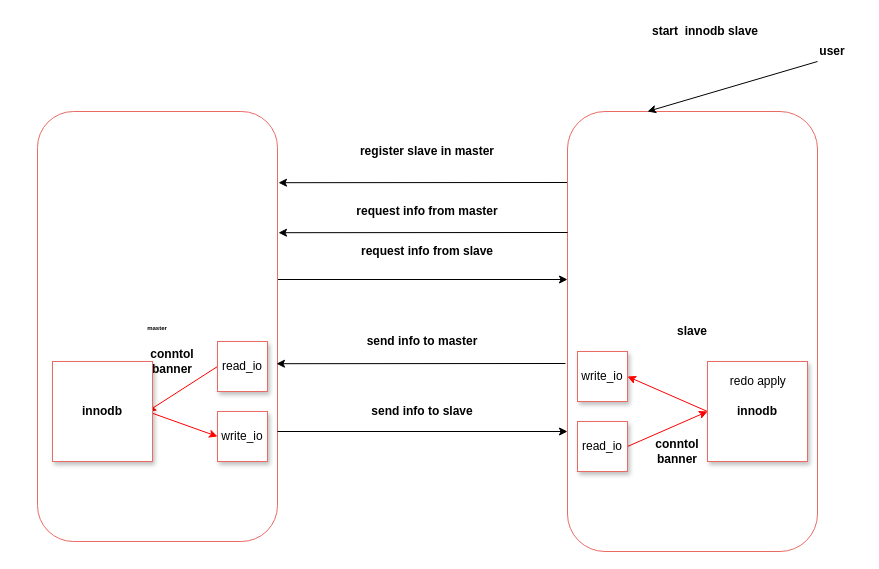
Earlier version of the draw.io diagram master_slave_communication.drawio (xingyingone/onekv). Source tidied: cells renumbered, new cells numbered last; positions are measured from the earlier drawing's top-left corner, leaving out a move shared by most shapes. Both pictures are drawn from the tidied source at 100%, with x=0, y=0 at pixel (37, 21).
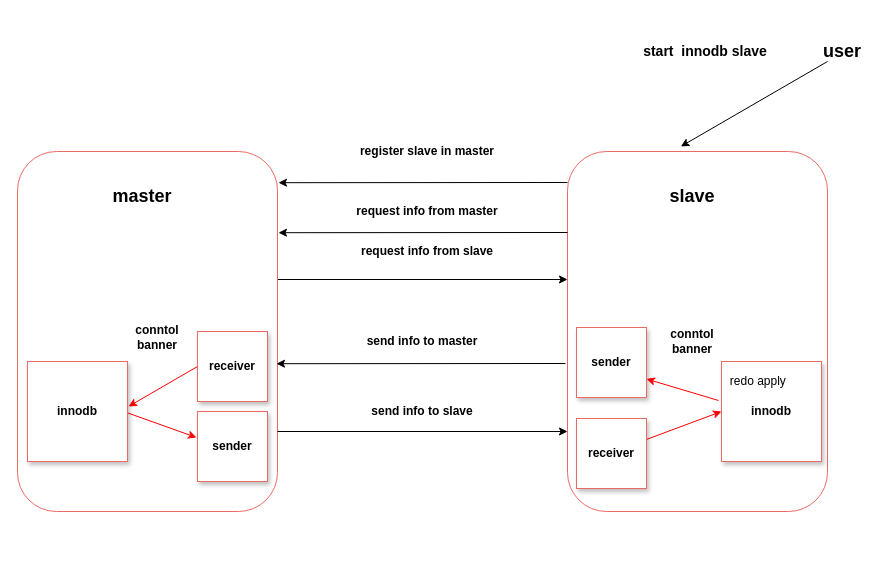
After the change.

Change to the diagram source:
```diff
@@
-    <mxCell id="3" value="&lt;b&gt;&lt;font style=&quot;font-size: 6px&quot;&gt;master&lt;/font&gt;&lt;/b&gt;" style="rounded=1;whiteSpace=wrap;html=1;strokeColor=#EA6B66;" parent="1" vertex="1">
-      <mxGeometry y="90" width="240" height="430" as="geometry" />
+    <mxCell id="3" style="rounded=1;whiteSpace=wrap;html=1;strokeColor=#EA6B66;" parent="1" vertex="1">
+      <mxGeometry x="-20" y="130" width="260" height="360" as="geometry" />
     </mxCell>
@@
-    <mxCell id="5" value="&lt;b&gt;slave&lt;/b&gt;" style="rounded=1;whiteSpace=wrap;html=1;strokeColor=#EA6B66;" parent="1" vertex="1">
-      <mxGeometry x="530" y="90" width="250" height="440" as="geometry" />
+    <mxCell id="5" style="rounded=1;whiteSpace=wrap;html=1;strokeColor=#EA6B66;" parent="1" vertex="1">
+      <mxGeometry x="530" y="130" width="260" height="360" as="geometry" />
     </mxCell>
-    <mxCell id="6" style="edgeStyle=none;rounded=0;jettySize=auto;html=1;exitX=0;exitY=1;exitDx=0;exitDy=0;" parent="1" edge="1" source="7">
-      <mxGeometry relative="1" as="geometry">
-        <mxPoint x="610" y="90" as="targetPoint" />
-      </mxGeometry>
+    <mxCell id="6" style="edgeStyle=none;rounded=0;jettySize=auto;html=1;exitX=0;exitY=1;exitDx=0;exitDy=0;entryX=0.436;entryY=-0.014;entryDx=0;entryDy=0;entryPerimeter=0;" parent="1" edge="1" source="7" target="5">
+      <mxGeometry relative="1" as="geometry" />
     </mxCell>
-    <mxCell id="7" value="&lt;b&gt;user&lt;/b&gt;" style="text;html=1;strokeColor=none;fillColor=none;align=center;verticalAlign=middle;whiteSpace=wrap;rounded=0;" parent="1" vertex="1">
-      <mxGeometry x="780" y="20" width="30" height="20" as="geometry" />
+    <mxCell id="7" value="&lt;b&gt;&lt;font style=&quot;font-size: 18px&quot;&gt;user&lt;/font&gt;&lt;/b&gt;" style="text;html=1;strokeColor=none;fillColor=none;align=center;verticalAlign=middle;whiteSpace=wrap;rounded=0;" parent="1" vertex="1">
+      <mxGeometry x="790" y="20" width="30" height="20" as="geometry" />
     </mxCell>
-    <mxCell id="8" value="&lt;b&gt;start&amp;nbsp; innodb slave&lt;/b&gt;" style="text;html=1;strokeColor=none;fillColor=none;align=center;verticalAlign=middle;whiteSpace=wrap;rounded=0;shadow=1;" parent="1" vertex="1">
-      <mxGeometry x="600" width="136" height="20" as="geometry" />
+    <mxCell id="8" value="&lt;b&gt;&lt;font style=&quot;font-size: 14px&quot;&gt;start&amp;nbsp; innodb slave&lt;/font&gt;&lt;/b&gt;" style="text;html=1;strokeColor=none;fillColor=none;align=center;verticalAlign=middle;whiteSpace=wrap;rounded=0;shadow=1;" parent="1" vertex="1">
+      <mxGeometry x="600" y="20" width="136" height="20" as="geometry" />
     </mxCell>
@@
     <mxCell id="13" style="edgeStyle=none;rounded=0;jettySize=auto;html=1;exitX=0;exitY=0.5;exitDx=0;exitDy=0;entryX=1;entryY=0.5;entryDx=0;entryDy=0;strokeColor=#FF0000;" parent="1" edge="1" source="14">
       <mxGeometry relative="1" as="geometry">
-        <mxPoint x="110" y="390" as="targetPoint" />
+        <mxPoint x="91" y="385" as="targetPoint" />
       </mxGeometry>
     </mxCell>
-    <mxCell id="14" value="read_io" style="whiteSpace=wrap;html=1;shadow=1;strokeColor=#EA6B66;" parent="1" vertex="1">
-      <mxGeometry x="180" y="320" width="50" height="50" as="geometry" />
+    <mxCell id="14" value="&lt;b&gt;receiver&lt;/b&gt;" style="whiteSpace=wrap;html=1;shadow=1;strokeColor=#EA6B66;" parent="1" vertex="1">
+      <mxGeometry x="160" y="310" width="70" height="70" as="geometry" />
     </mxCell>
-    <mxCell id="15" value="write_io" style="whiteSpace=wrap;html=1;shadow=1;strokeColor=#EA6B66;" parent="1" vertex="1">
-      <mxGeometry x="180" y="390" width="50" height="50" as="geometry" />
-    </mxCell>
-    <mxCell id="16" style="edgeStyle=none;rounded=0;jettySize=auto;html=1;exitX=1;exitY=0.5;exitDx=0;exitDy=0;entryX=0;entryY=0.5;entryDx=0;entryDy=0;strokeColor=#FF0000;" parent="1" edge="1" source="17" target="25">
-      <mxGeometry relative="1" as="geometry" />
+    <mxCell id="16" style="edgeStyle=none;rounded=0;jettySize=auto;html=1;exitX=1;exitY=0.5;exitDx=0;exitDy=0;entryX=0;entryY=0.5;entryDx=0;entryDy=0;strokeColor=#FF0000;" parent="1" edge="1" target="25">
+      <mxGeometry relative="1" as="geometry">
+        <mxPoint x="590" y="425" as="sourcePoint" />
+      </mxGeometry>
     </mxCell>
-    <mxCell id="17" value="read_io" style="whiteSpace=wrap;html=1;shadow=1;strokeColor=#EA6B66;" parent="1" vertex="1">
-      <mxGeometry x="540" y="400" width="50" height="50" as="geometry" />
-    </mxCell>
-    <mxCell id="18" value="write_io" style="whiteSpace=wrap;html=1;shadow=1;strokeColor=#EA6B66;" parent="1" vertex="1">
-      <mxGeometry x="540" y="330" width="50" height="50" as="geometry" />
-    </mxCell>
@@
-    <mxCell id="23" style="edgeStyle=none;rounded=0;jettySize=auto;html=1;exitX=1;exitY=0.5;exitDx=0;exitDy=0;entryX=0;entryY=0.5;entryDx=0;entryDy=0;fillColor=#FF0000;strokeColor=#FF0000;" parent="1" edge="1" target="15">
+    <mxCell id="23" style="edgeStyle=none;rounded=0;orthogonalLoop=1;jettySize=auto;html=1;exitX=1;exitY=0.5;exitDx=0;exitDy=0;entryX=0;entryY=0.5;entryDx=0;entryDy=0;fillColor=#FF0000;strokeColor=#FF0000;" parent="1" edge="1">
       <mxGeometry relative="1" as="geometry">
-        <mxPoint x="110" y="390" as="sourcePoint" />
+        <mxPoint x="89" y="391" as="sourcePoint" />
+        <mxPoint x="159" y="416" as="targetPoint" />
       </mxGeometry>
     </mxCell>
-    <mxCell id="24" style="edgeStyle=none;rounded=0;jettySize=auto;html=1;exitX=0;exitY=0.5;exitDx=0;exitDy=0;entryX=1;entryY=0.5;entryDx=0;entryDy=0;strokeColor=#FF0000;" parent="1" edge="1" source="25" target="18">
-      <mxGeometry relative="1" as="geometry" />
+    <mxCell id="24" style="edgeStyle=none;rounded=0;orthogonalLoop=1;jettySize=auto;html=1;entryX=1;entryY=0.75;entryDx=0;entryDy=0;strokeColor=#FF0000;" parent="1" edge="1">
+      <mxGeometry relative="1" as="geometry">
+        <mxPoint x="681" y="379" as="sourcePoint" />
+        <mxPoint x="609" y="357.5" as="targetPoint" />
+      </mxGeometry>
     </mxCell>
     <mxCell id="25" value="&lt;b&gt;innodb&lt;/b&gt;" style="whiteSpace=wrap;html=1;shadow=1;strokeColor=#EA6B66;" parent="1" vertex="1">
-      <mxGeometry x="670" y="340" width="100" height="100" as="geometry" />
+      <mxGeometry x="684" y="340" width="100" height="100" as="geometry" />
     </mxCell>
     <mxCell id="26" value="&lt;b&gt;conntol banner&lt;/b&gt;" style="text;html=1;strokeColor=none;fillColor=none;align=center;verticalAlign=middle;whiteSpace=wrap;rounded=0;shadow=1;" parent="1" vertex="1">
-      <mxGeometry x="115" y="330" width="40" height="20" as="geometry" />
+      <mxGeometry x="100" y="306" width="40" height="20" as="geometry" />
     </mxCell>
     <mxCell id="27" value="&lt;b&gt;conntol banner&lt;/b&gt;" style="text;html=1;strokeColor=none;fillColor=none;align=center;verticalAlign=middle;whiteSpace=wrap;rounded=0;shadow=1;" parent="1" vertex="1">
-      <mxGeometry x="620" y="420" width="40" height="20" as="geometry" />
+      <mxGeometry x="635" y="310" width="40" height="20" as="geometry" />
     </mxCell>
@@
     <mxCell id="29" value="&lt;b&gt;innodb&lt;/b&gt;" style="whiteSpace=wrap;html=1;shadow=1;strokeColor=#EA6B66;" parent="1" vertex="1">
-      <mxGeometry x="15" y="340" width="100" height="100" as="geometry" />
+      <mxGeometry x="-10" y="340" width="100" height="100" as="geometry" />
     </mxCell>
+    <mxCell id="30" value="&lt;b&gt;&lt;font style=&quot;font-size: 18px&quot;&gt;master&lt;/font&gt;&lt;/b&gt;" style="text;html=1;strokeColor=none;fillColor=none;align=center;verticalAlign=middle;whiteSpace=wrap;rounded=0;" parent="1" vertex="1">
+      <mxGeometry x="50" y="140" width="110" height="70" as="geometry" />
+    </mxCell>
+    <mxCell id="31" value="&lt;b&gt;&lt;font style=&quot;font-size: 18px&quot;&gt;slave&lt;/font&gt;&lt;/b&gt;" style="text;html=1;strokeColor=none;fillColor=none;align=center;verticalAlign=middle;whiteSpace=wrap;rounded=0;" parent="1" vertex="1">
+      <mxGeometry x="600" y="140" width="110" height="70" as="geometry" />
+    </mxCell>
+    <mxCell id="32" value="&lt;b&gt;sender&lt;/b&gt;" style="whiteSpace=wrap;html=1;shadow=1;strokeColor=#EA6B66;" parent="1" vertex="1">
+      <mxGeometry x="160" y="390" width="70" height="70" as="geometry" />
+    </mxCell>
+    <mxCell id="33" value="&lt;b&gt;sender&lt;/b&gt;" style="whiteSpace=wrap;html=1;shadow=1;strokeColor=#EA6B66;" parent="1" vertex="1">
+      <mxGeometry x="539" y="306" width="70" height="70" as="geometry" />
+    </mxCell>
+    <mxCell id="34" value="&lt;b&gt;receiver&lt;/b&gt;" style="whiteSpace=wrap;html=1;shadow=1;strokeColor=#EA6B66;" parent="1" vertex="1">
+      <mxGeometry x="539" y="397" width="70" height="70" as="geometry" />
+    </mxCell>
```
